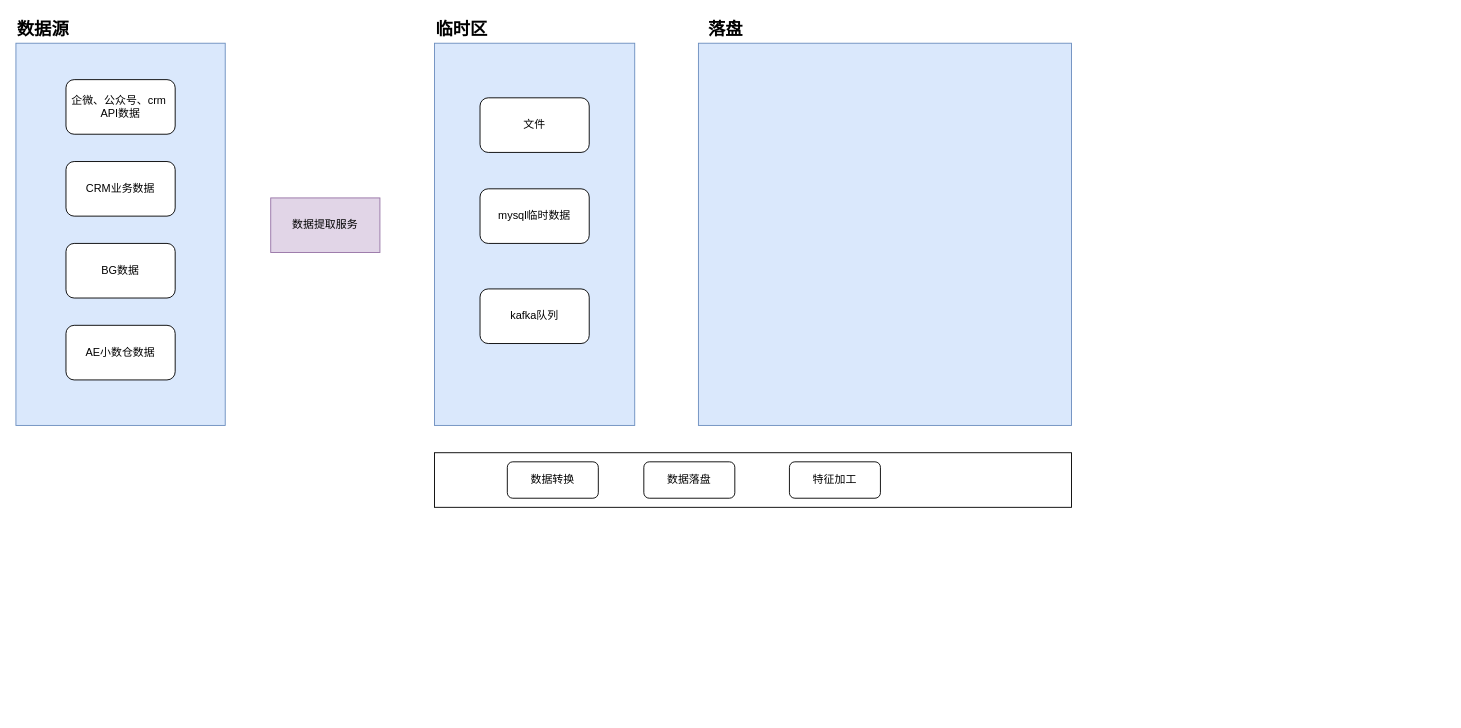
Above: 特步CDP数据流图.drawio in DThadch/draw (draw.io), before the change. Source tidied: cells renumbered, new cells numbered last; positions are measured from the earlier drawing's top-left corner, leaving out a move shared by most shapes. Both pictures are drawn from the tidied source at 91%, with x=0, y=0 at pixel (15, 15).
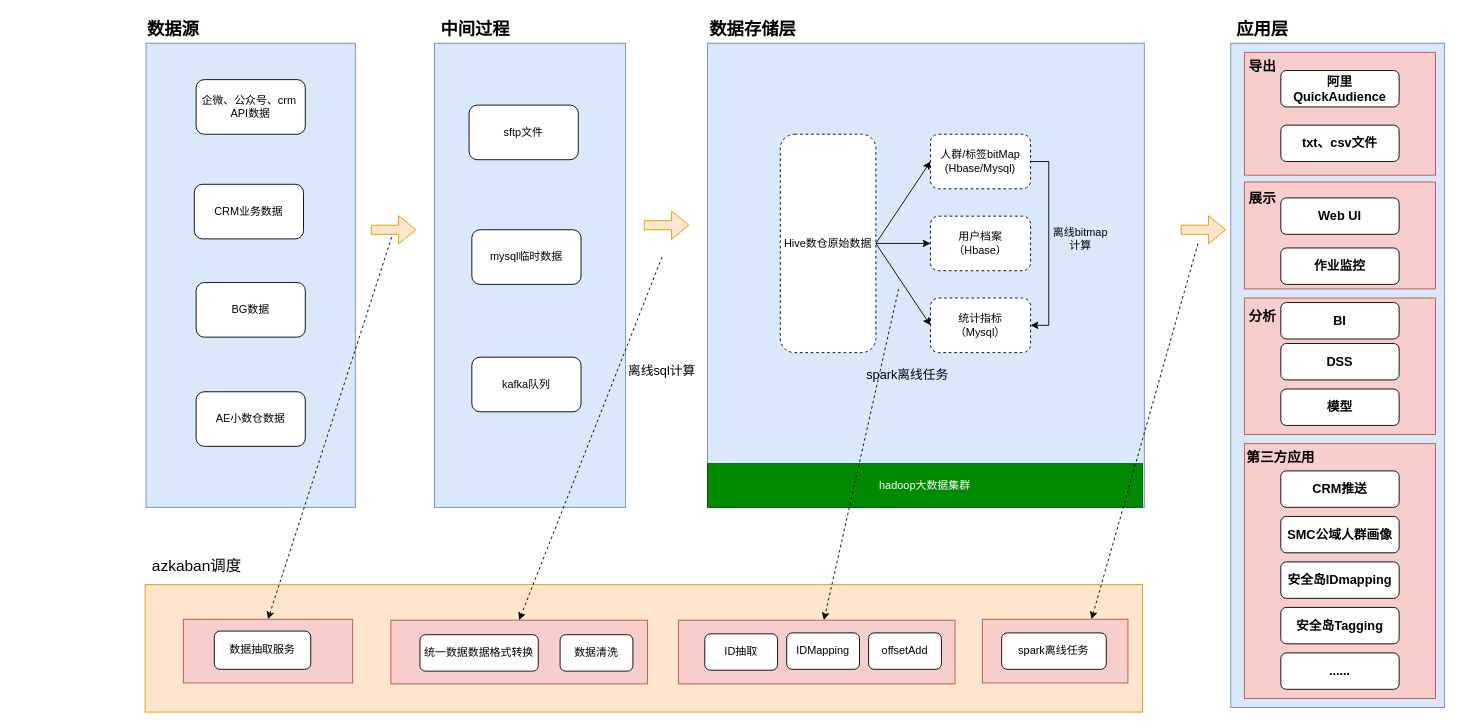
Above is the later version.

Commit message (it also covers changes not shown here):
更新特步CDP数据流图.drawio

Change to the diagram source:
```diff
@@
+    <mxCell id="20" style="rounded=0;whiteSpace=wrap;html=1;fillColor=#dae8fc;strokeColor=#6c8ebf;" parent="1" vertex="1">
+      <mxGeometry x="1335" y="30" width="235" height="730" as="geometry" />
+    </mxCell>
+    <mxCell id="21" style="rounded=0;whiteSpace=wrap;html=1;fillColor=#ffe6cc;strokeColor=#d79b00;" parent="1" vertex="1">
+      <mxGeometry x="142" y="625" width="1096" height="140" as="geometry" />
+    </mxCell>
+    <mxCell id="22" style="rounded=0;whiteSpace=wrap;html=1;fillColor=#f8cecc;strokeColor=#b85450;" parent="1" vertex="1">
+      <mxGeometry x="728" y="664" width="304" height="70" as="geometry" />
+    </mxCell>
     <mxCell id="2" style="rounded=0;whiteSpace=wrap;html=1;fillColor=#dae8fc;strokeColor=#6c8ebf;" parent="1" vertex="1">
-      <mxGeometry y="30" width="230" height="420" as="geometry" />
+      <mxGeometry x="143" y="30" width="230" height="510" as="geometry" />
     </mxCell>
     <mxCell id="3" value="企微、公众号、crm&amp;nbsp; API数据" style="rounded=1;whiteSpace=wrap;html=1;" parent="1" vertex="1">
-      <mxGeometry x="55" y="70" width="120" height="60" as="geometry" />
+      <mxGeometry x="198" y="70" width="120" height="60" as="geometry" />
     </mxCell>
     <mxCell id="4" value="AE小数仓数据" style="rounded=1;whiteSpace=wrap;html=1;" parent="1" vertex="1">
-      <mxGeometry x="55" y="340" width="120" height="60" as="geometry" />
+      <mxGeometry x="198" y="413" width="120" height="60" as="geometry" />
     </mxCell>
     <mxCell id="5" value="BG数据" style="rounded=1;whiteSpace=wrap;html=1;" parent="1" vertex="1">
-      <mxGeometry x="55" y="250" width="120" height="60" as="geometry" />
+      <mxGeometry x="198" y="293" width="120" height="60" as="geometry" />
     </mxCell>
     <mxCell id="6" value="CRM业务数据" style="rounded=1;whiteSpace=wrap;html=1;" parent="1" vertex="1">
-      <mxGeometry x="55" y="160" width="120" height="60" as="geometry" />
+      <mxGeometry x="196" y="185" width="120" height="60" as="geometry" />
     </mxCell>
-    <mxCell id="7" value="数据提取服务" style="rounded=0;whiteSpace=wrap;html=1;fillColor=#e1d5e7;strokeColor=#9673a6;" parent="1" vertex="1">
-      <mxGeometry x="280" y="200" width="120" height="60" as="geometry" />
-    </mxCell>
     <mxCell id="8" style="rounded=0;whiteSpace=wrap;html=1;fillColor=#dae8fc;strokeColor=#6c8ebf;" parent="1" vertex="1">
-      <mxGeometry x="460" y="30" width="220" height="420" as="geometry" />
+      <mxGeometry x="460" y="30" width="210" height="510" as="geometry" />
     </mxCell>
-    <mxCell id="9" value="文件" style="rounded=1;whiteSpace=wrap;html=1;" parent="1" vertex="1">
-      <mxGeometry x="510" y="90" width="120" height="60" as="geometry" />
+    <mxCell id="9" value="sftp文件" style="rounded=1;whiteSpace=wrap;html=1;" parent="1" vertex="1">
+      <mxGeometry x="498" y="98" width="120" height="60" as="geometry" />
     </mxCell>
     <mxCell id="10" value="mysql临时数据" style="rounded=1;whiteSpace=wrap;html=1;" parent="1" vertex="1">
-      <mxGeometry x="510" y="190" width="120" height="60" as="geometry" />
+      <mxGeometry x="501" y="235" width="120" height="60" as="geometry" />
     </mxCell>
     <mxCell id="11" value="kafka队列" style="rounded=1;whiteSpace=wrap;html=1;" parent="1" vertex="1">
-      <mxGeometry x="510" y="300" width="120" height="60" as="geometry" />
+      <mxGeometry x="501" y="375" width="120" height="60" as="geometry" />
     </mxCell>
     <mxCell id="12" style="rounded=0;whiteSpace=wrap;html=1;fillColor=#dae8fc;strokeColor=#6c8ebf;" parent="1" vertex="1">
-      <mxGeometry x="750" y="30" width="410" height="420" as="geometry" />
+      <mxGeometry x="760" y="30" width="480" height="510" as="geometry" />
     </mxCell>
-    <mxCell id="13" value="落盘" style="text;html=1;align=center;verticalAlign=middle;whiteSpace=wrap;rounded=0;fontSize=19;fontStyle=1;" parent="1" vertex="1">
-      <mxGeometry x="750" width="60" height="30" as="geometry" />
+    <mxCell id="13" value="数据存储层" style="text;html=1;align=center;verticalAlign=middle;whiteSpace=wrap;rounded=0;fontSize=19;fontStyle=1;" parent="1" vertex="1">
+      <mxGeometry x="750" width="120" height="30" as="geometry" />
     </mxCell>
     <mxCell id="14" value="数据源" style="text;html=1;align=center;verticalAlign=middle;whiteSpace=wrap;rounded=0;fontSize=19;fontStyle=1;" parent="1" vertex="1">
-      <mxGeometry width="60" height="30" as="geometry" />
+      <mxGeometry x="143" width="60" height="30" as="geometry" />
     </mxCell>
-    <mxCell id="15" value="临时区" style="text;html=1;align=center;verticalAlign=middle;whiteSpace=wrap;rounded=0;fontSize=19;fontStyle=1;" parent="1" vertex="1">
-      <mxGeometry x="460" width="60" height="30" as="geometry" />
+    <mxCell id="15" value="中间过程" style="text;html=1;align=center;verticalAlign=middle;whiteSpace=wrap;rounded=0;fontSize=19;fontStyle=1;" parent="1" vertex="1">
+      <mxGeometry x="450" width="110" height="30" as="geometry" />
     </mxCell>
-    <mxCell id="16" style="rounded=0;whiteSpace=wrap;html=1;" parent="1" vertex="1">
-      <mxGeometry x="460" y="480" width="700" height="60" as="geometry" />
+    <mxCell id="16" style="rounded=0;whiteSpace=wrap;html=1;fillColor=#f8cecc;strokeColor=#b85450;" parent="1" vertex="1">
+      <mxGeometry x="412" y="664" width="282" height="70" as="geometry" />
     </mxCell>
-    <mxCell id="17" value="数据转换" style="rounded=1;whiteSpace=wrap;html=1;" parent="1" vertex="1">
-      <mxGeometry x="540" y="490" width="100" height="40" as="geometry" />
+    <mxCell id="17" value="统一数据数据格式转换" style="rounded=1;whiteSpace=wrap;html=1;" parent="1" vertex="1">
+      <mxGeometry x="444" y="680" width="130" height="40" as="geometry" />
     </mxCell>
-    <mxCell id="18" value="数据落盘" style="rounded=1;whiteSpace=wrap;html=1;" parent="1" vertex="1">
-      <mxGeometry x="690" y="490" width="100" height="40" as="geometry" />
+    <mxCell id="18" value="数据清洗" style="rounded=1;whiteSpace=wrap;html=1;" parent="1" vertex="1">
+      <mxGeometry x="598" y="680" width="80" height="40" as="geometry" />
     </mxCell>
-    <mxCell id="19" value="特征加工" style="rounded=1;whiteSpace=wrap;html=1;" parent="1" vertex="1">
-      <mxGeometry x="850" y="490" width="100" height="40" as="geometry" />
+    <mxCell id="19" value="ID抽取" style="rounded=1;whiteSpace=wrap;html=1;" parent="1" vertex="1">
+      <mxGeometry x="757" y="679" width="80" height="40" as="geometry" />
     </mxCell>
+    <mxCell id="23" style="edgeStyle=orthogonalEdgeStyle;rounded=0;jettySize=auto;html=1;" parent="1" edge="1" source="24" target="27">
+      <mxGeometry relative="1" as="geometry" />
+    </mxCell>
+    <mxCell id="24" value="Hive数仓原始数据" style="rounded=1;whiteSpace=wrap;html=1;dashed=1;" parent="1" vertex="1">
+      <mxGeometry x="840" y="130" width="105" height="240" as="geometry" />
+    </mxCell>
+    <mxCell id="25" style="edgeStyle=orthogonalEdgeStyle;rounded=0;jettySize=auto;html=1;exitX=1;exitY=0.5;exitDx=0;exitDy=0;entryX=1;entryY=0.5;entryDx=0;entryDy=0;" parent="1" edge="1" source="26" target="28">
+      <mxGeometry relative="1" as="geometry" />
+    </mxCell>
+    <mxCell id="26" value="人群/标签bitMap&lt;br&gt;(Hbase/Mysql)" style="rounded=1;whiteSpace=wrap;html=1;dashed=1;" parent="1" vertex="1">
+      <mxGeometry x="1005" y="130" width="110" height="60" as="geometry" />
+    </mxCell>
+    <mxCell id="27" value="用户档案&lt;br&gt;（Hbase）" style="rounded=1;whiteSpace=wrap;html=1;dashed=1;" parent="1" vertex="1">
+      <mxGeometry x="1005" y="220" width="110" height="60" as="geometry" />
+    </mxCell>
+    <mxCell id="28" value="统计指标&lt;br&gt;（Mysql）" style="rounded=1;whiteSpace=wrap;html=1;dashed=1;" parent="1" vertex="1">
+      <mxGeometry x="1005" y="310" width="110" height="60" as="geometry" />
+    </mxCell>
+    <mxCell id="29" value="离线bitmap计算" style="text;html=1;align=center;verticalAlign=middle;whiteSpace=wrap;rounded=0;" parent="1" vertex="1">
+      <mxGeometry x="1135" y="230" width="70" height="30" as="geometry" />
+    </mxCell>
+    <mxCell id="30" style="endArrow=classic;html=1;rounded=0;entryX=0;entryY=0.5;entryDx=0;entryDy=0;" parent="1" edge="1" target="26">
+      <mxGeometry relative="1" as="geometry">
+        <mxPoint x="945" y="250" as="sourcePoint" />
+      </mxGeometry>
+    </mxCell>
+    <mxCell id="31" style="endArrow=classic;html=1;rounded=0;entryX=0;entryY=0.5;entryDx=0;entryDy=0;" parent="1" edge="1" target="28">
+      <mxGeometry relative="1" as="geometry">
+        <mxPoint x="945" y="250" as="sourcePoint" />
+      </mxGeometry>
+    </mxCell>
+    <mxCell id="32" style="shape=flexArrow;endArrow=classic;html=1;rounded=0;fillColor=#ffe6cc;strokeColor=#d79b00;" parent="1" edge="1">
+      <mxGeometry relative="1" as="geometry">
+        <mxPoint x="690" y="230" as="sourcePoint" />
+        <mxPoint x="740" y="230" as="targetPoint" />
+      </mxGeometry>
+    </mxCell>
+    <mxCell id="33" style="shape=flexArrow;endArrow=classic;html=1;rounded=0;fillColor=#ffe6cc;strokeColor=#d79b00;" parent="1" edge="1">
+      <mxGeometry relative="1" as="geometry">
+        <mxPoint x="1280" y="235" as="sourcePoint" />
+        <mxPoint x="1330" y="235" as="targetPoint" />
+      </mxGeometry>
+    </mxCell>
+    <mxCell id="34" value="azkaban调度" style="text;html=1;align=center;verticalAlign=middle;whiteSpace=wrap;rounded=0;fontSize=17;" parent="1" vertex="1">
+      <mxGeometry x="129" y="590" width="140" height="31" as="geometry" />
+    </mxCell>
+    <mxCell id="35" value="IDMapping" style="rounded=1;whiteSpace=wrap;html=1;" parent="1" vertex="1">
+      <mxGeometry x="847" y="678" width="80" height="40" as="geometry" />
+    </mxCell>
+    <mxCell id="36" value="offsetAdd" style="rounded=1;whiteSpace=wrap;html=1;" parent="1" vertex="1">
+      <mxGeometry x="937" y="678" width="80" height="40" as="geometry" />
+    </mxCell>
+    <mxCell id="37" style="endArrow=classic;html=1;rounded=0;entryX=0.5;entryY=0;entryDx=0;entryDy=0;dashed=1;" parent="1" edge="1" target="16">
+      <mxGeometry relative="1" as="geometry">
+        <mxPoint x="710" y="265" as="sourcePoint" />
+      </mxGeometry>
+    </mxCell>
+    <mxCell id="38" value="spark离线任务" style="text;html=1;align=center;verticalAlign=middle;whiteSpace=wrap;rounded=0;fontSize=14;" parent="1" vertex="1">
+      <mxGeometry x="930" y="380" width="100" height="30" as="geometry" />
+    </mxCell>
+    <mxCell id="39" value="离线sql计算" style="text;html=1;align=center;verticalAlign=middle;whiteSpace=wrap;rounded=0;fontSize=14;" parent="1" vertex="1">
+      <mxGeometry x="670" y="375" width="80" height="30" as="geometry" />
+    </mxCell>
+    <mxCell id="40" style="rounded=0;whiteSpace=wrap;html=1;fillColor=#f8cecc;strokeColor=#b85450;" parent="1" vertex="1">
+      <mxGeometry x="1350" y="40" width="210" height="135" as="geometry" />
+    </mxCell>
+    <mxCell id="41" value="应用层" style="text;html=1;align=center;verticalAlign=middle;whiteSpace=wrap;rounded=0;fontSize=19;fontStyle=1;" parent="1" vertex="1">
+      <mxGeometry x="1310" width="120" height="30" as="geometry" />
+    </mxCell>
+    <mxCell id="42" value="阿里QuickAudience" style="rounded=1;whiteSpace=wrap;html=1;fontSize=14;fontStyle=1;" parent="1" vertex="1">
+      <mxGeometry x="1390" y="60" width="130" height="40" as="geometry" />
+    </mxCell>
+    <mxCell id="43" value="导出" style="text;html=1;align=center;verticalAlign=middle;whiteSpace=wrap;rounded=0;fontSize=15;fontStyle=1;" parent="1" vertex="1">
+      <mxGeometry x="1340" y="40" width="60" height="30" as="geometry" />
+    </mxCell>
+    <mxCell id="44" value="txt、csv文件" style="rounded=1;whiteSpace=wrap;html=1;fontSize=14;fontStyle=1;" parent="1" vertex="1">
+      <mxGeometry x="1390" y="120" width="130" height="40" as="geometry" />
+    </mxCell>
+    <mxCell id="45" style="rounded=0;whiteSpace=wrap;html=1;fillColor=#f8cecc;strokeColor=#b85450;" parent="1" vertex="1">
+      <mxGeometry x="1350" y="182.5" width="210" height="117.5" as="geometry" />
+    </mxCell>
+    <mxCell id="46" value="Web UI" style="rounded=1;whiteSpace=wrap;html=1;fontSize=14;fontStyle=1;" parent="1" vertex="1">
+      <mxGeometry x="1390" y="200" width="130" height="40" as="geometry" />
+    </mxCell>
+    <mxCell id="47" value="展示" style="text;html=1;align=center;verticalAlign=middle;whiteSpace=wrap;rounded=0;fontSize=15;fontStyle=1;" parent="1" vertex="1">
+      <mxGeometry x="1340" y="185" width="60" height="30" as="geometry" />
+    </mxCell>
+    <mxCell id="48" value="作业监控" style="rounded=1;whiteSpace=wrap;html=1;fontSize=14;fontStyle=1;" parent="1" vertex="1">
+      <mxGeometry x="1390" y="255" width="130" height="40" as="geometry" />
+    </mxCell>
+    <mxCell id="49" style="rounded=0;whiteSpace=wrap;html=1;fillColor=#f8cecc;strokeColor=#b85450;" parent="1" vertex="1">
+      <mxGeometry x="1350" y="310" width="210" height="150" as="geometry" />
+    </mxCell>
+    <mxCell id="50" value="BI" style="rounded=1;whiteSpace=wrap;html=1;fontSize=14;fontStyle=1;" parent="1" vertex="1">
+      <mxGeometry x="1390" y="315" width="130" height="40" as="geometry" />
+    </mxCell>
+    <mxCell id="51" value="分析" style="text;html=1;align=center;verticalAlign=middle;whiteSpace=wrap;rounded=0;fontSize=15;fontStyle=1;" parent="1" vertex="1">
+      <mxGeometry x="1340" y="315" width="60" height="30" as="geometry" />
+    </mxCell>
+    <mxCell id="52" value="DSS" style="rounded=1;whiteSpace=wrap;html=1;fontSize=14;fontStyle=1;" parent="1" vertex="1">
+      <mxGeometry x="1390" y="360" width="130" height="40" as="geometry" />
+    </mxCell>
+    <mxCell id="53" value="模型" style="rounded=1;whiteSpace=wrap;html=1;fontSize=14;fontStyle=1;" parent="1" vertex="1">
+      <mxGeometry x="1390" y="410" width="130" height="40" as="geometry" />
+    </mxCell>
+    <mxCell id="54" style="rounded=0;whiteSpace=wrap;html=1;fillColor=#f8cecc;strokeColor=#b85450;" parent="1" vertex="1">
+      <mxGeometry x="1350" y="470" width="210" height="280" as="geometry" />
+    </mxCell>
+    <mxCell id="55" value="CRM推送" style="rounded=1;whiteSpace=wrap;html=1;fontSize=14;fontStyle=1;" parent="1" vertex="1">
+      <mxGeometry x="1390" y="500" width="130" height="40" as="geometry" />
+    </mxCell>
+    <mxCell id="56" value="第三方应用" style="text;html=1;align=center;verticalAlign=middle;whiteSpace=wrap;rounded=0;fontSize=15;fontStyle=1;" parent="1" vertex="1">
+      <mxGeometry x="1350" y="470" width="80" height="30" as="geometry" />
+    </mxCell>
+    <mxCell id="57" value="SMC公域人群画像" style="rounded=1;whiteSpace=wrap;html=1;fontSize=14;fontStyle=1;" parent="1" vertex="1">
+      <mxGeometry x="1390" y="550" width="130" height="40" as="geometry" />
+    </mxCell>
+    <mxCell id="58" value="安全岛IDmapping" style="rounded=1;whiteSpace=wrap;html=1;fontSize=14;fontStyle=1;" parent="1" vertex="1">
+      <mxGeometry x="1390" y="600" width="130" height="40" as="geometry" />
+    </mxCell>
+    <mxCell id="59" value="安全岛Tagging" style="rounded=1;whiteSpace=wrap;html=1;fontSize=14;fontStyle=1;" parent="1" vertex="1">
+      <mxGeometry x="1390" y="650" width="130" height="40" as="geometry" />
+    </mxCell>
+    <mxCell id="60" value="......" style="rounded=1;whiteSpace=wrap;html=1;fontSize=14;fontStyle=1;" parent="1" vertex="1">
+      <mxGeometry x="1390" y="700" width="130" height="40" as="geometry" />
+    </mxCell>
+    <mxCell id="61" style="shape=flexArrow;endArrow=classic;html=1;rounded=0;fillColor=#ffe6cc;strokeColor=#d79b00;" parent="1" edge="1">
+      <mxGeometry relative="1" as="geometry">
+        <mxPoint x="390" y="235" as="sourcePoint" />
+        <mxPoint x="440" y="235" as="targetPoint" />
+      </mxGeometry>
+    </mxCell>
+    <mxCell id="62" style="rounded=0;whiteSpace=wrap;html=1;fillColor=#f8cecc;strokeColor=#b85450;" parent="1" vertex="1">
+      <mxGeometry x="1062" y="663" width="160" height="70" as="geometry" />
+    </mxCell>
+    <mxCell id="63" value="spark离线任务" style="rounded=1;whiteSpace=wrap;html=1;" parent="1" vertex="1">
+      <mxGeometry x="1083.2" y="678" width="115" height="40" as="geometry" />
+    </mxCell>
+    <mxCell id="64" value="hadoop大数据集群" style="rounded=0;whiteSpace=wrap;html=1;fillColor=#008a00;fontColor=#ffffff;strokeColor=#005700;" parent="1" vertex="1">
+      <mxGeometry x="760" y="492" width="478" height="48" as="geometry" />
+    </mxCell>
+    <mxCell id="65" style="endArrow=classic;html=1;rounded=0;dashed=1;" parent="1" edge="1" target="22">
+      <mxGeometry relative="1" as="geometry">
+        <mxPoint x="970" y="300" as="sourcePoint" />
+      </mxGeometry>
+    </mxCell>
+    <mxCell id="66" style="endArrow=classic;html=1;rounded=0;dashed=1;entryX=0.75;entryY=0;entryDx=0;entryDy=0;" parent="1" edge="1" target="62">
+      <mxGeometry relative="1" as="geometry">
+        <mxPoint x="1299" y="250" as="sourcePoint" />
+      </mxGeometry>
+    </mxCell>
+    <mxCell id="67" style="rounded=0;whiteSpace=wrap;html=1;fillColor=#f8cecc;strokeColor=#b85450;" parent="1" vertex="1">
+      <mxGeometry x="184" y="663" width="186" height="70" as="geometry" />
+    </mxCell>
+    <mxCell id="68" value="数据抽取服务" style="rounded=1;whiteSpace=wrap;html=1;" parent="1" vertex="1">
+      <mxGeometry x="218" y="676" width="106" height="42" as="geometry" />
+    </mxCell>
+    <mxCell id="69" style="endArrow=classic;html=1;rounded=0;entryX=0.5;entryY=0;entryDx=0;entryDy=0;dashed=1;" parent="1" edge="1" target="67">
+      <mxGeometry relative="1" as="geometry">
+        <mxPoint x="413" y="243" as="sourcePoint" />
+      </mxGeometry>
+    </mxCell>
```
